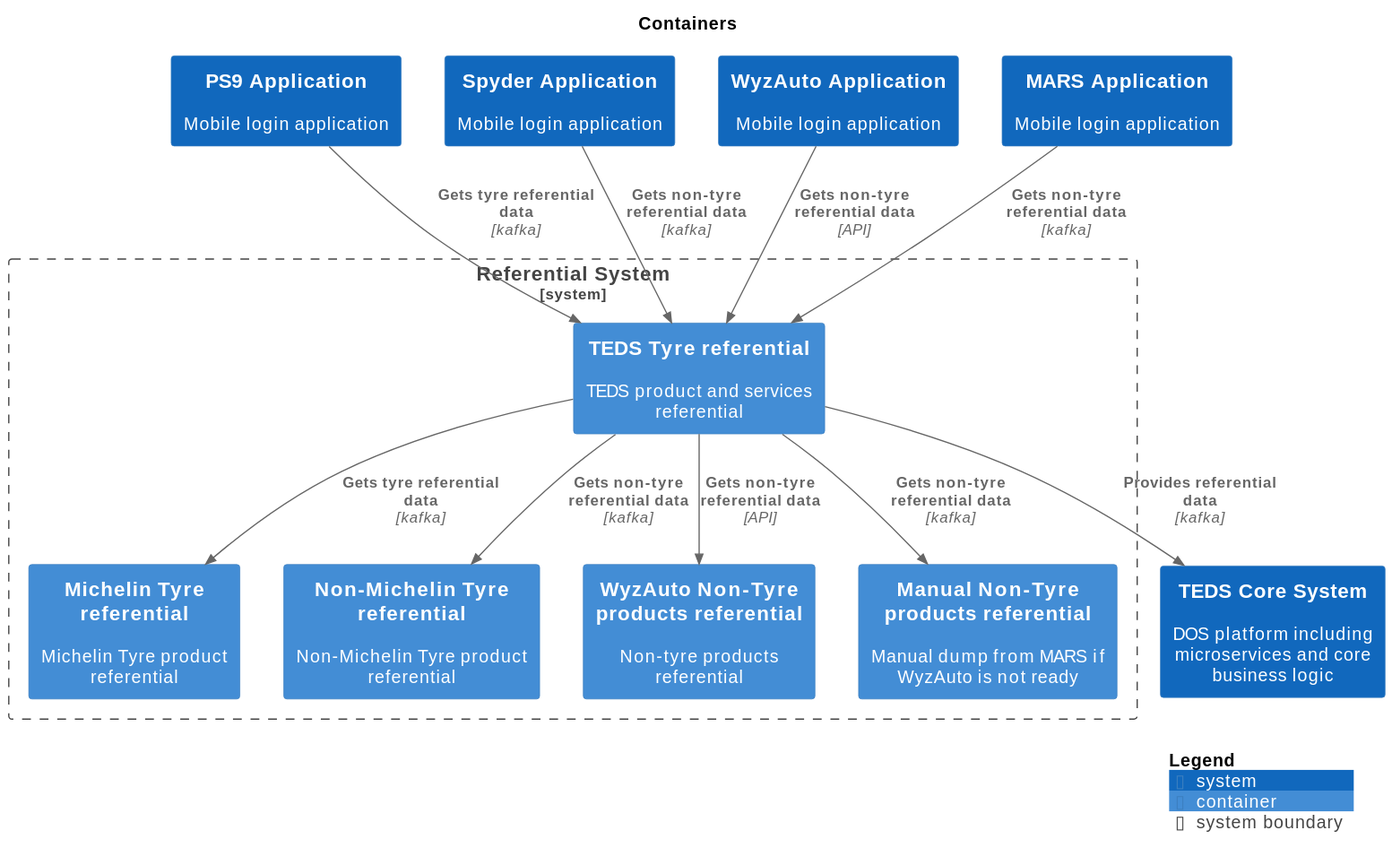
This is main/svg/Level2_referential_Containers.svg from kzsahay/teds, a PlantUML export, as it was before one commit. Its source is kept beside it as main/puml/Level2_referential_Containers.puml.
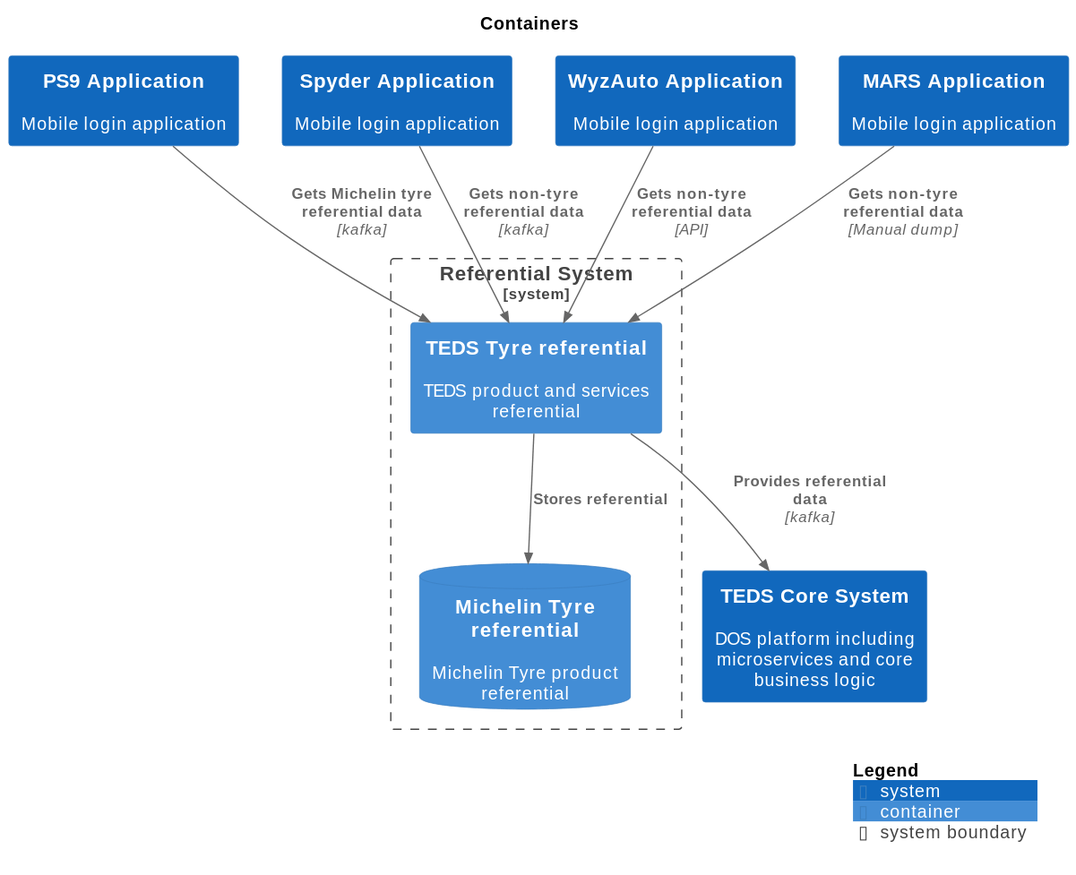
The same file after the commit.

Change to the diagram source:
```diff
@@ -16,21 +16,15 @@
 
 System_Boundary("ReferentialSystem_boundary", "Referential System", $tags="") {
   Container(ReferentialSystem.TEDSTyrereferential, "TEDS Tyre referential", $techn="", $descr="TEDS product and services referential", $tags="", $link="")
-  Container(ReferentialSystem.MichelinTyrereferential, "Michelin Tyre referential", $techn="", $descr="Michelin Tyre product referential", $tags="", $link="")
-  Container(ReferentialSystem.NonMichelinTyrereferential, "Non-Michelin Tyre referential", $techn="", $descr="Non-Michelin Tyre product referential", $tags="", $link="")
-  Container(ReferentialSystem.WyzAutoNonTyreproductsreferential, "WyzAuto Non-Tyre products referential", $techn="", $descr="Non-tyre products referential", $tags="", $link="")
-  Container(ReferentialSystem.ManualNonTyreproductsreferential, "Manual Non-Tyre products referential", $techn="", $descr="Manual dump from MARS if WyzAuto is not ready", $tags="", $link="")
+  ContainerDb(ReferentialSystem.MichelinTyrereferential, "Michelin Tyre referential", $techn="", $descr="Michelin Tyre product referential", $tags="", $link="")
 }
 
-Rel(MARSApplication, ReferentialSystem.TEDSTyrereferential, "Gets non-tyre referential data", $techn="kafka", $tags="", $link="")
-Rel(ReferentialSystem.TEDSTyrereferential, ReferentialSystem.ManualNonTyreproductsreferential, "Gets non-tyre referential data", $techn="kafka", $tags="", $link="")
+Rel(SpyderApplication, ReferentialSystem.TEDSTyrereferential, "Gets non-tyre referential data", $techn="kafka", $tags="", $link="")
+Rel(WyzAutoApplication, ReferentialSystem.TEDSTyrereferential, "Gets non-tyre referential data", $techn="API", $tags="", $link="")
+Rel(MARSApplication, ReferentialSystem.TEDSTyrereferential, "Gets non-tyre referential data", $techn="Manual dump", $tags="", $link="")
+Rel(ReferentialSystem.TEDSTyrereferential, ReferentialSystem.MichelinTyrereferential, "Stores referential", $techn="", $tags="", $link="")
 Rel(ReferentialSystem.TEDSTyrereferential, TEDSCoreSystem, "Provides referential data", $techn="kafka", $tags="", $link="")
-Rel(PS9Application, ReferentialSystem.TEDSTyrereferential, "Gets tyre referential data", $techn="kafka", $tags="", $link="")
-Rel(ReferentialSystem.TEDSTyrereferential, ReferentialSystem.MichelinTyrereferential, "Gets tyre referential data", $techn="kafka", $tags="", $link="")
-Rel(SpyderApplication, ReferentialSystem.TEDSTyrereferential, "Gets non-tyre referential data", $techn="kafka", $tags="", $link="")
-Rel(ReferentialSystem.TEDSTyrereferential, ReferentialSystem.NonMichelinTyrereferential, "Gets non-tyre referential data", $techn="kafka", $tags="", $link="")
-Rel(WyzAutoApplication, ReferentialSystem.TEDSTyrereferential, "Gets non-tyre referential data", $techn="API", $tags="", $link="")
-Rel(ReferentialSystem.TEDSTyrereferential, ReferentialSystem.WyzAutoNonTyreproductsreferential, "Gets non-tyre referential data", $techn="API", $tags="", $link="")
+Rel(PS9Application, ReferentialSystem.TEDSTyrereferential, "Gets Michelin tyre referential data", $techn="kafka", $tags="", $link="")
 
 SHOW_LEGEND(true)
 @enduml
```
